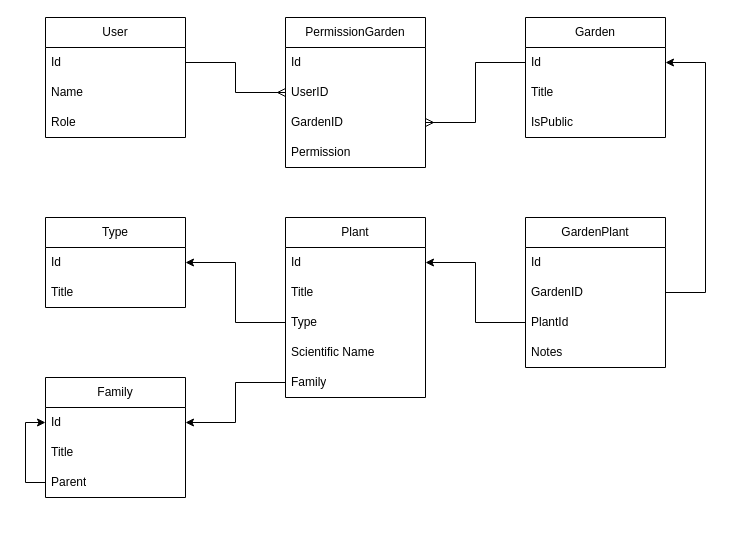
The draw.io diagram Garden-ER.drawio in MatiasGrimm/Garden, before the edit. Source tidied: cells renumbered, new cells numbered last; positions are measured from the earlier drawing's top-left corner, leaving out a move shared by most shapes. Both pictures are drawn from the tidied source at 100%, with x=0, y=0 at pixel (45, 17).
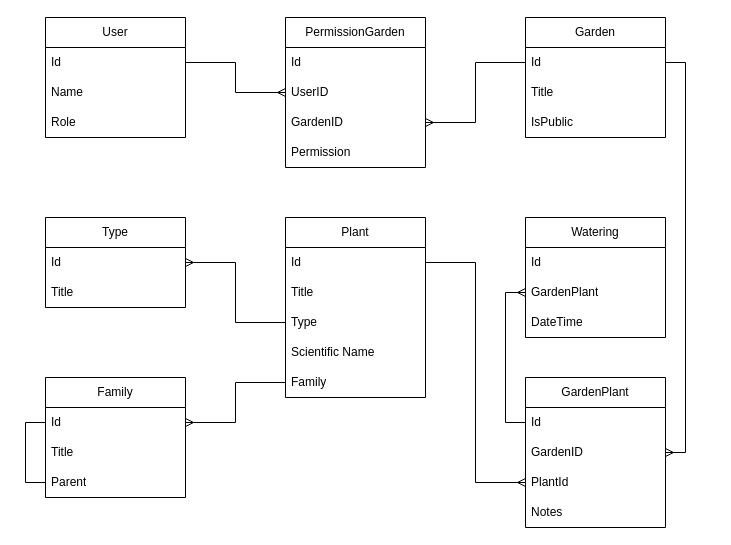
Above is the later version.

The change refers to these unchanged cells:
```xml
<mxCell id="7" value="Id" style="text;strokeColor=none;fillColor=none;align=left;verticalAlign=middle;spacingLeft=4;spacingRight=4;overflow=hidden;points=[[0,0.5],[1,0.5]];portConstraint=eastwest;whiteSpace=wrap;html=1;" parent="6" vertex="1">
  <mxGeometry y="30" width="140" height="30" as="geometry" />
</mxCell>
<mxCell id="11" value="Id" style="text;strokeColor=none;fillColor=none;align=left;verticalAlign=middle;spacingLeft=4;spacingRight=4;overflow=hidden;points=[[0,0.5],[1,0.5]];portConstraint=eastwest;whiteSpace=wrap;html=1;" parent="10" vertex="1">
  <mxGeometry y="30" width="140" height="30" as="geometry" />
</mxCell>
<mxCell id="13" value="Type" style="text;strokeColor=none;fillColor=none;align=left;verticalAlign=middle;spacingLeft=4;spacingRight=4;overflow=hidden;points=[[0,0.5],[1,0.5]];portConstraint=eastwest;whiteSpace=wrap;html=1;" parent="10" vertex="1">
  <mxGeometry y="90" width="140" height="30" as="geometry" />
</mxCell>
<mxCell id="15" value="Family" style="text;strokeColor=none;fillColor=none;align=left;verticalAlign=middle;spacingLeft=4;spacingRight=4;overflow=hidden;points=[[0,0.5],[1,0.5]];portConstraint=eastwest;whiteSpace=wrap;html=1;" parent="10" vertex="1">
  <mxGeometry y="150" width="140" height="30" as="geometry" />
</mxCell>
<mxCell id="17" value="Id" style="text;strokeColor=none;fillColor=none;align=left;verticalAlign=middle;spacingLeft=4;spacingRight=4;overflow=hidden;points=[[0,0.5],[1,0.5]];portConstraint=eastwest;whiteSpace=wrap;html=1;" parent="16" vertex="1">
  <mxGeometry y="30" width="140" height="30" as="geometry" />
</mxCell>
<mxCell id="28" value="Id" style="text;strokeColor=none;fillColor=none;align=left;verticalAlign=middle;spacingLeft=4;spacingRight=4;overflow=hidden;points=[[0,0.5],[1,0.5]];portConstraint=eastwest;whiteSpace=wrap;html=1;" parent="27" vertex="1">
  <mxGeometry y="30" width="140" height="30" as="geometry" />
</mxCell>
<mxCell id="29" value="GardenID" style="text;strokeColor=none;fillColor=none;align=left;verticalAlign=middle;spacingLeft=4;spacingRight=4;overflow=hidden;points=[[0,0.5],[1,0.5]];portConstraint=eastwest;whiteSpace=wrap;html=1;" parent="27" vertex="1">
  <mxGeometry y="60" width="140" height="30" as="geometry" />
</mxCell>
<mxCell id="30" value="PlantId" style="text;strokeColor=none;fillColor=none;align=left;verticalAlign=middle;spacingLeft=4;spacingRight=4;overflow=hidden;points=[[0,0.5],[1,0.5]];portConstraint=eastwest;whiteSpace=wrap;html=1;" parent="27" vertex="1">
  <mxGeometry y="90" width="140" height="30" as="geometry" />
</mxCell>
<mxCell id="34" value="Family" style="swimlane;fontStyle=0;horizontal=1;startSize=30;whiteSpace=wrap;html=1;" parent="1" vertex="1">
  <mxGeometry y="360" width="140" height="120" as="geometry" />
</mxCell>
<mxCell id="35" value="Id" style="text;strokeColor=none;fillColor=none;align=left;verticalAlign=middle;spacingLeft=4;spacingRight=4;overflow=hidden;points=[[0,0.5],[1,0.5]];portConstraint=eastwest;whiteSpace=wrap;html=1;" parent="34" vertex="1">
  <mxGeometry y="30" width="140" height="30" as="geometry" />
</mxCell>
<mxCell id="38" value="Parent" style="text;strokeColor=none;fillColor=none;align=left;verticalAlign=middle;spacingLeft=4;spacingRight=4;overflow=hidden;points=[[0,0.5],[1,0.5]];portConstraint=eastwest;whiteSpace=wrap;html=1;" parent="34" vertex="1">
  <mxGeometry y="90" width="140" height="30" as="geometry" />
</mxCell>
```

Change to the diagram source:
```diff
@@
-    <mxCell id="26" style="edgeStyle=orthogonalEdgeStyle;rounded=0;jettySize=auto;html=1;entryX=1;entryY=0.5;entryDx=0;entryDy=0;" parent="1" edge="1" source="13" target="17">
+    <mxCell id="26" style="edgeStyle=orthogonalEdgeStyle;rounded=0;jettySize=auto;html=1;entryX=1;entryY=0.5;entryDx=0;entryDy=0;startArrow=baseDash;startFill=0;endArrow=ERmany;endFill=0;" parent="1" edge="1" source="13" target="17">
       <mxGeometry relative="1" as="geometry" />
     </mxCell>
     <mxCell id="27" value="GardenPlant" style="swimlane;fontStyle=0;horizontal=1;startSize=30;whiteSpace=wrap;html=1;" parent="1" vertex="1">
-      <mxGeometry x="480" y="200" width="140" height="150" as="geometry" />
+      <mxGeometry x="480" y="360" width="140" height="150" as="geometry" />
     </mxCell>
@@
-    <mxCell id="32" style="edgeStyle=orthogonalEdgeStyle;rounded=0;jettySize=auto;html=1;" parent="1" edge="1" source="29" target="7">
-      <mxGeometry relative="1" as="geometry">
-        <Array as="points">
-          <mxPoint x="660" y="275" />
-          <mxPoint x="660" y="45" />
-        </Array>
-      </mxGeometry>
-    </mxCell>
-    <mxCell id="33" style="edgeStyle=orthogonalEdgeStyle;rounded=0;jettySize=auto;html=1;" parent="1" edge="1" source="30" target="11">
+    <mxCell id="33" style="edgeStyle=orthogonalEdgeStyle;rounded=0;jettySize=auto;html=1;endArrow=baseDash;endFill=0;startArrow=ERmany;startFill=0;" parent="1" edge="1" source="30" target="11">
       <mxGeometry relative="1" as="geometry" />
     </mxCell>
@@
-    <mxCell id="37" style="edgeStyle=orthogonalEdgeStyle;rounded=0;jettySize=auto;html=1;entryX=0;entryY=0.5;entryDx=0;entryDy=0;" parent="34" edge="1" source="38" target="35">
+    <mxCell id="37" style="edgeStyle=orthogonalEdgeStyle;rounded=0;jettySize=auto;html=1;entryX=0;entryY=0.5;entryDx=0;entryDy=0;startArrow=baseDash;startFill=0;endArrow=baseDash;endFill=0;" parent="34" edge="1" source="38" target="35">
       <mxGeometry relative="1" as="geometry" />
     </mxCell>
@@
-    <mxCell id="39" style="edgeStyle=orthogonalEdgeStyle;rounded=0;jettySize=auto;html=1;" parent="1" edge="1" source="15" target="35">
+    <mxCell id="39" style="edgeStyle=orthogonalEdgeStyle;rounded=0;jettySize=auto;html=1;startArrow=baseDash;startFill=0;endArrow=ERmany;endFill=0;" parent="1" edge="1" source="15" target="35">
       <mxGeometry relative="1" as="geometry" />
     </mxCell>
+    <mxCell id="40" value="Watering" style="swimlane;fontStyle=0;horizontal=1;startSize=30;whiteSpace=wrap;html=1;" parent="1" vertex="1">
+      <mxGeometry x="480" y="200" width="140" height="120" as="geometry" />
+    </mxCell>
+    <mxCell id="41" value="Id" style="text;strokeColor=none;fillColor=none;align=left;verticalAlign=middle;spacingLeft=4;spacingRight=4;overflow=hidden;whiteSpace=wrap;html=1;" parent="40" vertex="1">
+      <mxGeometry y="30" width="140" height="30" as="geometry" />
+    </mxCell>
+    <mxCell id="42" value="GardenPlant" style="text;strokeColor=none;fillColor=none;align=left;verticalAlign=middle;spacingLeft=4;spacingRight=4;overflow=hidden;points=[[0,0.5],[1,0.5]];portConstraint=eastwest;whiteSpace=wrap;html=1;" parent="40" vertex="1">
+      <mxGeometry y="60" width="140" height="30" as="geometry" />
+    </mxCell>
+    <mxCell id="43" value="DateTime" style="text;strokeColor=none;fillColor=none;align=left;verticalAlign=middle;spacingLeft=4;spacingRight=4;overflow=hidden;whiteSpace=wrap;html=1;" parent="40" vertex="1">
+      <mxGeometry y="90" width="140" height="30" as="geometry" />
+    </mxCell>
+    <mxCell id="32" style="edgeStyle=orthogonalEdgeStyle;rounded=0;jettySize=auto;html=1;exitX=1;exitY=0.5;exitDx=0;exitDy=0;startArrow=ERmany;startFill=0;endArrow=baseDash;endFill=0;" parent="1" edge="1" source="29" target="7">
+      <mxGeometry relative="1" as="geometry" />
+    </mxCell>
+    <mxCell id="44" style="edgeStyle=orthogonalEdgeStyle;rounded=0;jettySize=auto;html=1;entryX=0;entryY=0.5;entryDx=0;entryDy=0;startArrow=ERmany;startFill=0;endArrow=baseDash;endFill=0;" parent="1" edge="1" source="42" target="28">
+      <mxGeometry relative="1" as="geometry" />
+    </mxCell>
```
